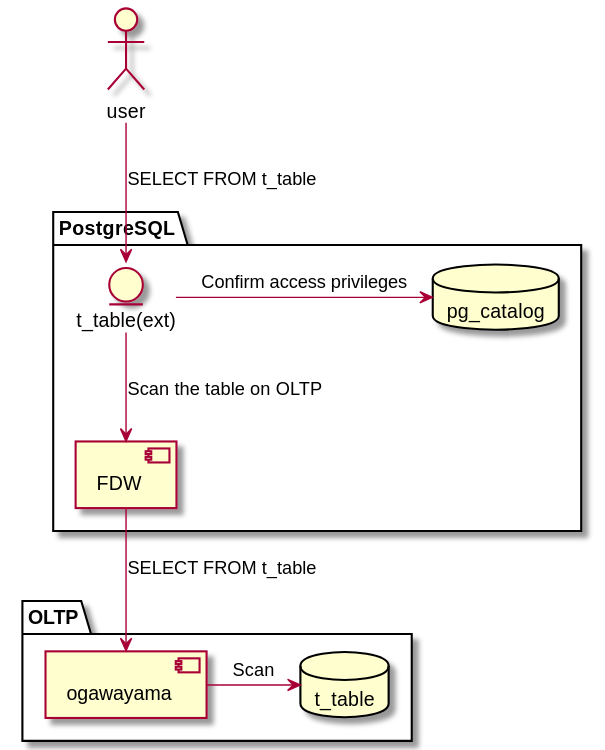
Before: metadata-manager/docs/spec_design/user_management/images/UserManagement_BD/select_table.svg, a diagram exported from PlantUML (project-tsurugi/metadata-manager).
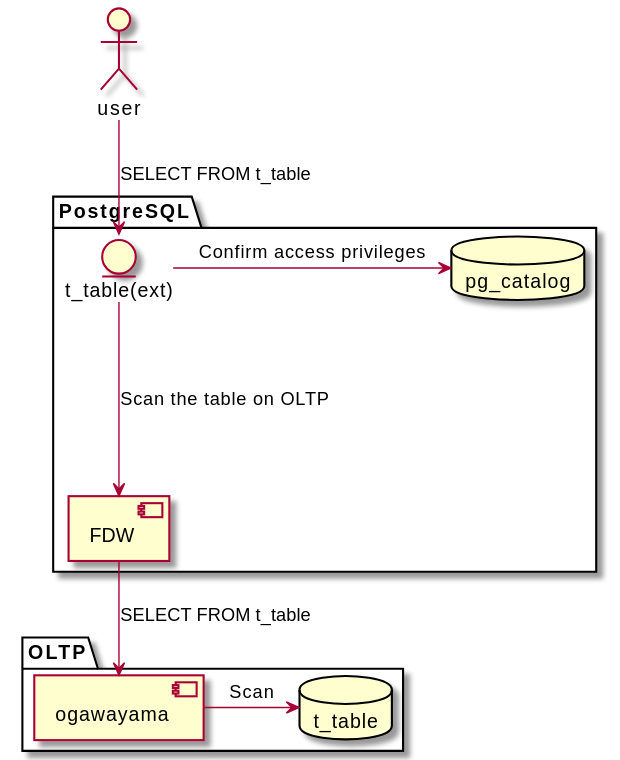
Later version of the same file.

The edit, as a diff of the source:
```diff
@@ -5,16 +5,18 @@
   component "FDW" as fdw
   entity "t_table(ext)" as ext_table
   database pg_catalog
+
+  ext_table --> fdw : Scan the table on OLTP
+  ext_table -> pg_catalog : Confirm access privileges
 }
 
 package OLTP as oltp {
   component ogawayama
   database t_table as t_table
+
+  ogawayama -> t_table : Scan
 }
 
 user --> ext_table : SELECT FROM t_table
-ext_table -> pg_catalog : Confirm access privileges
-ext_table --> fdw : Scan the table on OLTP
 fdw --> ogawayama : SELECT FROM t_table
-ogawayama -> t_table : Scan
 @enduml
```
